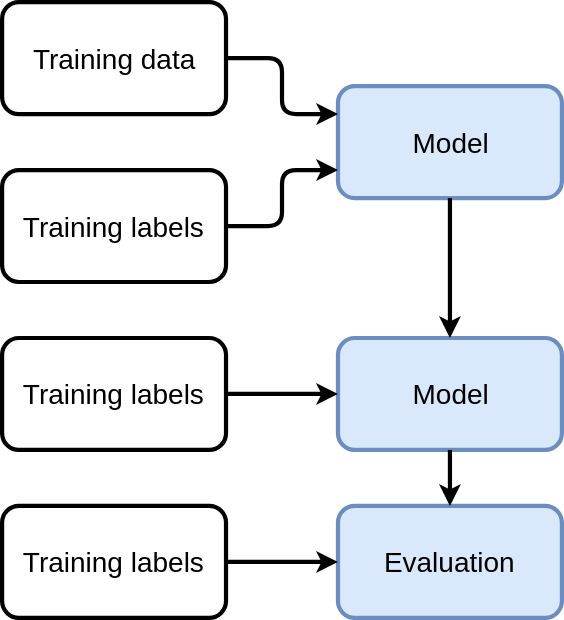
The draw.io diagram slides/figures/day1/supervised-ml-flow.svg in AI-BlackBelt/yellow, before a commit. Source tidied: cells renumbered, new cells last; positions are measured from the earlier drawing's top-left corner, leaving out a move shared by most shapes.
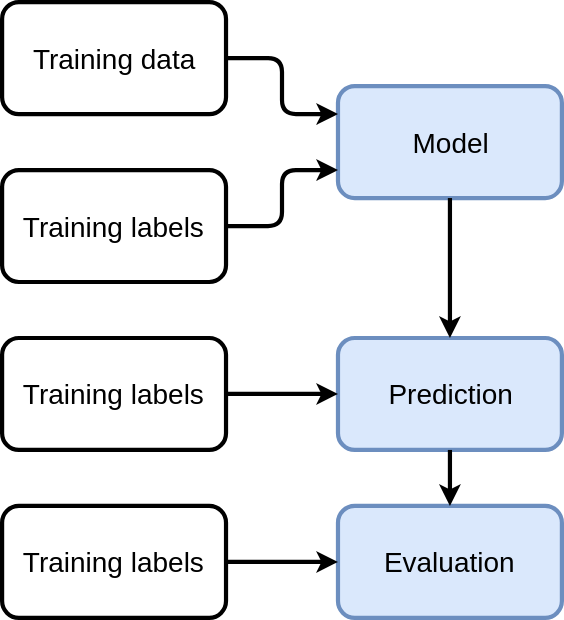
Later version of the same file.

Diff of the diagram source:
```diff
@@ -27,7 +27,7 @@
         </Array>
       </mxGeometry>
     </mxCell>
-    <mxCell id="7" value="Model" style="rounded=1;whiteSpace=wrap;html=1;strokeWidth=3;fontSize=20;fillColor=#dae8fc;strokeColor=#6c8ebf;" parent="1" vertex="1">
+    <mxCell id="7" value="Prediction" style="rounded=1;whiteSpace=wrap;html=1;strokeWidth=3;fontSize=20;fillColor=#dae8fc;strokeColor=#6c8ebf;" parent="1" vertex="1">
       <mxGeometry x="240" y="240" width="160" height="80" as="geometry" />
     </mxCell>
     <mxCell id="8" value="Training labels" style="rounded=1;whiteSpace=wrap;html=1;strokeWidth=3;fontSize=20;" parent="1" vertex="1">
```
